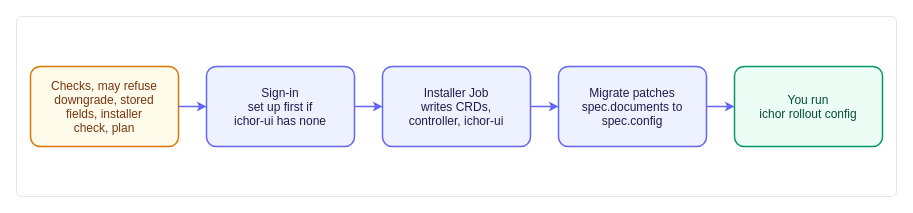
maeshinshin/ichor keeps this draw.io diagram as docs/images/ih-upgrade-ichor.drawio. Above is the earlier version. Source tidied: cells renumbered, new cells numbered last; positions are measured from the earlier drawing's top-left corner, leaving out a move shared by most shapes. Both pictures are drawn from the tidied source at 100%, with x=0, y=0 at pixel (16, 16).
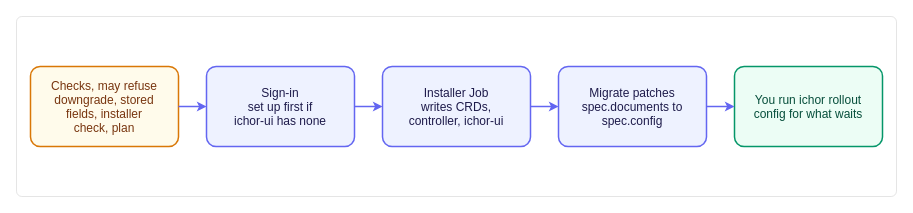
The same page after the edit.

Change to the diagram source:
```diff
@@
 <mxGraphModel>
   <root>
     <mxCell id="0" />
     <mxCell id="1" parent="0" />
     <mxCell id="2" style="rounded=1;arcSize=3;fillColor=light-dark(#FFFFFF,#0A0A0A);strokeColor=light-dark(#E5E5E5,#262626);strokeWidth=1;html=0;" parent="1" vertex="1">
       <mxGeometry width="880" height="180" as="geometry" />
     </mxCell>
     <mxCell id="3" value="Checks, may refuse&#10;downgrade, stored&#10;fields, installer&#10;check, plan" style="rounded=1;arcSize=12;fillColor=light-dark(#FFFBEB,#2B2008);strokeColor=light-dark(#D97706,#FBBF24);strokeWidth=1.5;fontColor=light-dark(#78350F,#FDE68A);fontFamily=Helvetica;fontSize=12;align=center;verticalAlign=middle;html=0;" parent="1" vertex="1">
       <mxGeometry x="14" y="50" width="148" height="80" as="geometry" />
     </mxCell>
     <mxCell id="4" value="Sign-in&#10;set up first if&#10;ichor-ui has none" style="rounded=1;arcSize=12;fillColor=light-dark(#EEF2FF,#232553);strokeColor=light-dark(#6366F1,#818CF8);strokeWidth=1.5;fontColor=light-dark(#1E1B4B,#E0E7FF);fontFamily=Helvetica;fontSize=12;align=center;verticalAlign=middle;html=0;" parent="1" vertex="1">
       <mxGeometry x="190" y="50" width="148" height="80" as="geometry" />
     </mxCell>
     <mxCell id="5" value="Installer Job&#10;writes CRDs,&#10;controller, ichor-ui" style="rounded=1;arcSize=12;fillColor=light-dark(#EEF2FF,#232553);strokeColor=light-dark(#6366F1,#818CF8);strokeWidth=1.5;fontColor=light-dark(#1E1B4B,#E0E7FF);fontFamily=Helvetica;fontSize=12;align=center;verticalAlign=middle;html=0;" parent="1" vertex="1">
       <mxGeometry x="366" y="50" width="148" height="80" as="geometry" />
     </mxCell>
     <mxCell id="6" value="Migrate patches&#10;spec.documents to&#10;spec.config" style="rounded=1;arcSize=12;fillColor=light-dark(#EEF2FF,#232553);strokeColor=light-dark(#6366F1,#818CF8);strokeWidth=1.5;fontColor=light-dark(#1E1B4B,#E0E7FF);fontFamily=Helvetica;fontSize=12;align=center;verticalAlign=middle;html=0;" parent="1" vertex="1">
       <mxGeometry x="542" y="50" width="148" height="80" as="geometry" />
     </mxCell>
-    <mxCell id="7" value="You run&#10;ichor rollout config" style="rounded=1;arcSize=12;fillColor=light-dark(#ECFDF5,#0B2A1F);strokeColor=light-dark(#059669,#34D399);strokeWidth=1.5;fontColor=light-dark(#064E3B,#A7F3D0);fontFamily=Helvetica;fontSize=12;align=center;verticalAlign=middle;html=0;" parent="1" vertex="1">
+    <mxCell id="7" value="You run ichor rollout&#10;config for what waits" style="rounded=1;arcSize=12;fillColor=light-dark(#ECFDF5,#0B2A1F);strokeColor=light-dark(#059669,#34D399);strokeWidth=1.5;fontColor=light-dark(#064E3B,#A7F3D0);fontFamily=Helvetica;fontSize=12;align=center;verticalAlign=middle;html=0;" parent="1" vertex="1">
       <mxGeometry x="718" y="50" width="148" height="80" as="geometry" />
     </mxCell>
     <mxCell id="8" style="edgeStyle=orthogonalEdgeStyle;rounded=1;jettySize=auto;strokeColor=light-dark(#6366F1,#818CF8);strokeWidth=1.5;endArrow=classic;endFill=1;endSize=5;startArrow=none;startFill=1;startSize=5;exitX=1;exitY=0.5;exitDx=0;exitDy=0;entryX=0;entryY=0.5;entryDx=0;entryDy=0;html=0;" parent="1" edge="1" source="3" target="4">
       <mxGeometry relative="1" as="geometry" />
     </mxCell>
     <mxCell id="9" style="edgeStyle=orthogonalEdgeStyle;rounded=1;jettySize=auto;strokeColor=light-dark(#6366F1,#818CF8);strokeWidth=1.5;endArrow=classic;endFill=1;endSize=5;startArrow=none;startFill=1;startSize=5;exitX=1;exitY=0.5;exitDx=0;exitDy=0;entryX=0;entryY=0.5;entryDx=0;entryDy=0;html=0;" parent="1" edge="1" source="4" target="5">
       <mxGeometry relative="1" as="geometry" />
     </mxCell>
     <mxCell id="10" style="edgeStyle=orthogonalEdgeStyle;rounded=1;jettySize=auto;strokeColor=light-dark(#6366F1,#818CF8);strokeWidth=1.5;endArrow=classic;endFill=1;endSize=5;startArrow=none;startFill=1;startSize=5;exitX=1;exitY=0.5;exitDx=0;exitDy=0;entryX=0;entryY=0.5;entryDx=0;entryDy=0;html=0;" parent="1" edge="1" source="5" target="6">
       <mxGeometry relative="1" as="geometry" />
     </mxCell>
     <mxCell id="11" style="edgeStyle=orthogonalEdgeStyle;rounded=1;jettySize=auto;strokeColor=light-dark(#6366F1,#818CF8);strokeWidth=1.5;endArrow=classic;endFill=1;endSize=5;startArrow=none;startFill=1;startSize=5;exitX=1;exitY=0.5;exitDx=0;exitDy=0;entryX=0;entryY=0.5;entryDx=0;entryDy=0;html=0;" parent="1" edge="1" source="6" target="7">
       <mxGeometry relative="1" as="geometry" />
     </mxCell>
   </root>
 </mxGraphModel>
```
